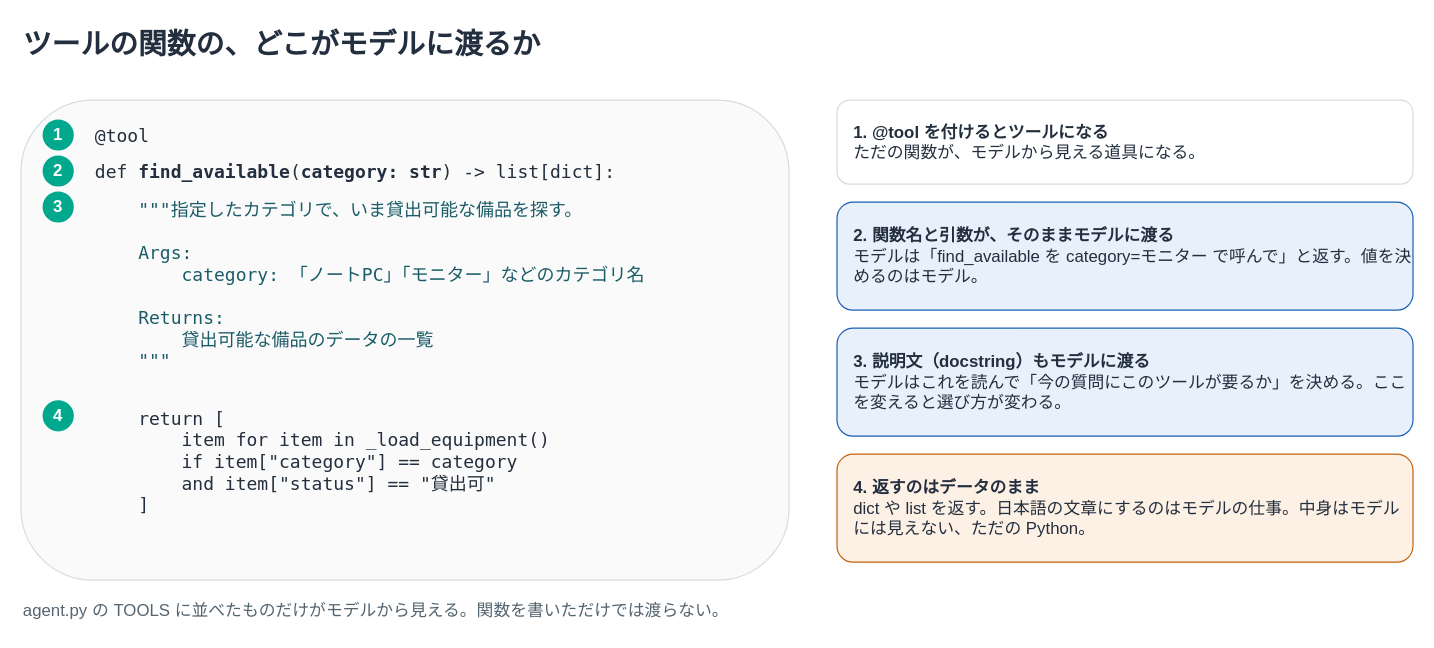
umitsu-tech/agentcore-handson-env keeps this draw.io diagram as docs/images/tool-anatomy.drawio. Above is the earlier version. Source tidied: cells renumbered, new cells numbered last; positions are measured from the earlier drawing's top-left corner, leaving out a move shared by most shapes. Both pictures are drawn from the tidied source at 120%, with x=0, y=0 at pixel (20, 20).
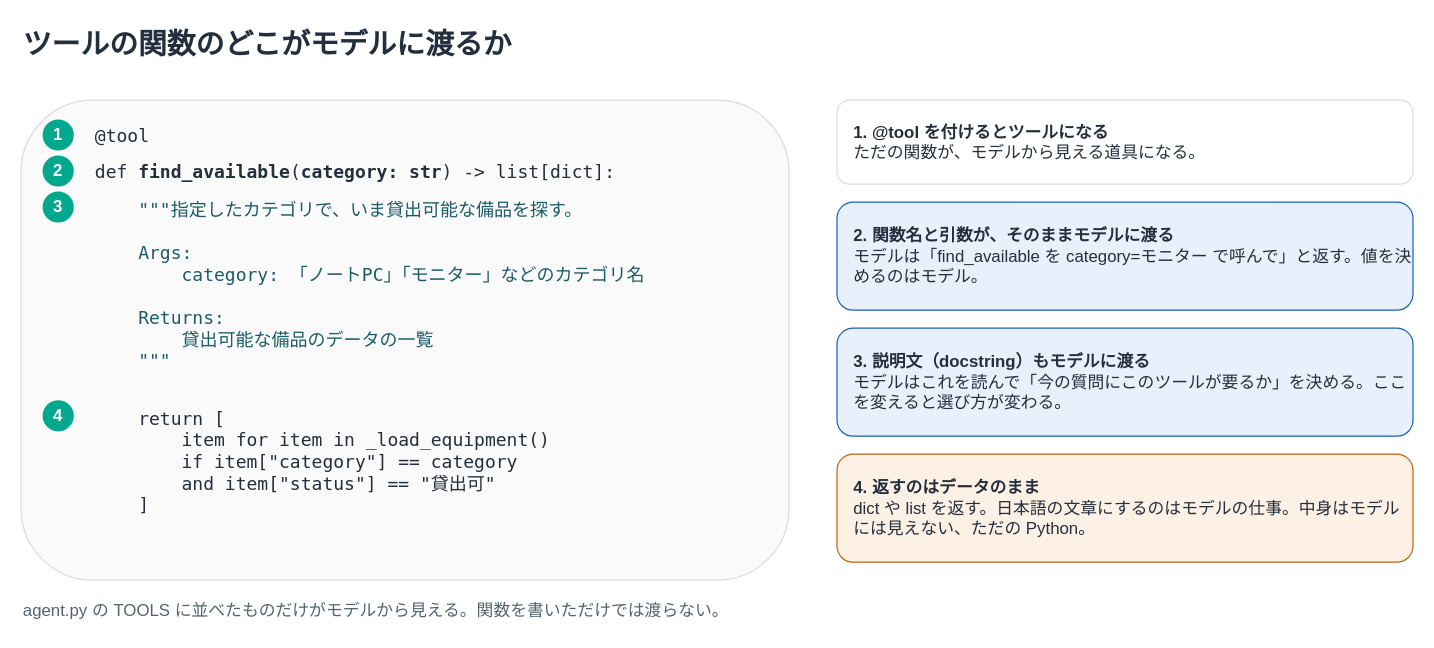
Above is the later version.

Diff of the diagram source:
```diff
@@
 <mxGraphModel>
   <root>
     <mxCell id="0" />
     <mxCell id="1" parent="0" />
-    <mxCell id="2" value="ツールの関数の、どこがモデルに渡るか" style="text;html=1;strokeColor=none;fillColor=none;align=left;verticalAlign=middle;whiteSpace=wrap;fontSize=24;fontStyle=1;fontColor=#232F3E;" parent="1" vertex="1">
+    <mxCell id="2" value="ツールの関数のどこがモデルに渡るか" style="text;html=1;strokeColor=none;fillColor=none;align=left;verticalAlign=middle;whiteSpace=wrap;fontSize=24;fontStyle=1;fontColor=#232F3E;" parent="1" vertex="1">
       <mxGeometry width="800" height="40" as="geometry" />
     </mxCell>
     <mxCell id="3" style="rounded=1;whiteSpace=wrap;html=1;strokeColor=#D5DDE2;fillColor=#FAFAFA;" parent="1" vertex="1">
       <mxGeometry y="66" width="640" height="400" as="geometry" />
     </mxCell>
     <mxCell id="4" value="@tool" style="text;html=1;strokeColor=none;fillColor=none;align=left;verticalAlign=middle;fontSize=15;fontFamily=Menlo;fontColor=#232F3E;" parent="1" vertex="1">
       <mxGeometry x="60" y="82" width="560" height="26" as="geometry" />
     </mxCell>
     <mxCell id="5" value="def &lt;b&gt;find_available&lt;/b&gt;(&lt;b&gt;category: str&lt;/b&gt;) -&amp;gt; list[dict]:" style="text;html=1;strokeColor=none;fillColor=none;align=left;verticalAlign=middle;fontSize=15;fontFamily=Menlo;fontColor=#232F3E;" parent="1" vertex="1">
       <mxGeometry x="60" y="112" width="560" height="26" as="geometry" />
     </mxCell>
     <mxCell id="6" value="&amp;nbsp;&amp;nbsp;&amp;nbsp;&amp;nbsp;&quot;&quot;&quot;指定したカテゴリで、いま貸出可能な備品を探す。&lt;br&gt;&lt;br&gt;&amp;nbsp;&amp;nbsp;&amp;nbsp;&amp;nbsp;Args:&lt;br&gt;&amp;nbsp;&amp;nbsp;&amp;nbsp;&amp;nbsp;&amp;nbsp;&amp;nbsp;&amp;nbsp;&amp;nbsp;category: 「ノートPC」「モニター」などのカテゴリ名&lt;br&gt;&lt;br&gt;&amp;nbsp;&amp;nbsp;&amp;nbsp;&amp;nbsp;Returns:&lt;br&gt;&amp;nbsp;&amp;nbsp;&amp;nbsp;&amp;nbsp;&amp;nbsp;&amp;nbsp;&amp;nbsp;&amp;nbsp;貸出可能な備品のデータの一覧&lt;br&gt;&amp;nbsp;&amp;nbsp;&amp;nbsp;&amp;nbsp;&quot;&quot;&quot;" style="text;html=1;strokeColor=none;fillColor=none;align=left;verticalAlign=top;fontSize=15;fontFamily=Menlo;fontColor=#1B5C68;" parent="1" vertex="1">
       <mxGeometry x="60" y="142" width="560" height="200" as="geometry" />
     </mxCell>
     <mxCell id="7" value="&amp;nbsp;&amp;nbsp;&amp;nbsp;&amp;nbsp;return [&lt;br&gt;&amp;nbsp;&amp;nbsp;&amp;nbsp;&amp;nbsp;&amp;nbsp;&amp;nbsp;&amp;nbsp;&amp;nbsp;item for item in _load_equipment()&lt;br&gt;&amp;nbsp;&amp;nbsp;&amp;nbsp;&amp;nbsp;&amp;nbsp;&amp;nbsp;&amp;nbsp;&amp;nbsp;if item[&quot;category&quot;] == category&lt;br&gt;&amp;nbsp;&amp;nbsp;&amp;nbsp;&amp;nbsp;&amp;nbsp;&amp;nbsp;&amp;nbsp;&amp;nbsp;and item[&quot;status&quot;] == &quot;貸出可&quot;&lt;br&gt;&amp;nbsp;&amp;nbsp;&amp;nbsp;&amp;nbsp;]" style="text;html=1;strokeColor=none;fillColor=none;align=left;verticalAlign=top;fontSize=15;fontFamily=Menlo;fontColor=#232F3E;" parent="1" vertex="1">
       <mxGeometry x="60" y="316" width="560" height="130" as="geometry" />
     </mxCell>
     <mxCell id="8" value="1" style="ellipse;whiteSpace=wrap;html=1;strokeColor=none;fillColor=#01A88D;fontSize=14;fontStyle=1;fontColor=#FFFFFF;" parent="1" vertex="1">
       <mxGeometry x="18" y="82" width="26" height="26" as="geometry" />
     </mxCell>
     <mxCell id="9" value="2" style="ellipse;whiteSpace=wrap;html=1;strokeColor=none;fillColor=#01A88D;fontSize=14;fontStyle=1;fontColor=#FFFFFF;" parent="1" vertex="1">
       <mxGeometry x="18" y="112" width="26" height="26" as="geometry" />
     </mxCell>
     <mxCell id="10" value="3" style="ellipse;whiteSpace=wrap;html=1;strokeColor=none;fillColor=#01A88D;fontSize=14;fontStyle=1;fontColor=#FFFFFF;" parent="1" vertex="1">
       <mxGeometry x="18" y="142" width="26" height="26" as="geometry" />
     </mxCell>
     <mxCell id="11" value="4" style="ellipse;whiteSpace=wrap;html=1;strokeColor=none;fillColor=#01A88D;fontSize=14;fontStyle=1;fontColor=#FFFFFF;" parent="1" vertex="1">
       <mxGeometry x="18" y="316" width="26" height="26" as="geometry" />
     </mxCell>
     <mxCell id="12" value="&lt;b&gt;1. @tool を付けるとツールになる&lt;/b&gt;&lt;br&gt;ただの関数が、モデルから見える道具になる。" style="rounded=1;whiteSpace=wrap;html=1;strokeColor=#D5DDE2;fillColor=#FFFFFF;fontSize=14;fontColor=#232F3E;align=left;spacingLeft=12;" parent="1" vertex="1">
       <mxGeometry x="680" y="66" width="480" height="70" as="geometry" />
     </mxCell>
     <mxCell id="13" value="&lt;b&gt;2. 関数名と引数が、そのままモデルに渡る&lt;/b&gt;&lt;br&gt;モデルは「find_available を category=モニター で呼んで」と返す。値を決めるのはモデル。" style="rounded=1;whiteSpace=wrap;html=1;strokeColor=#1A5FB4;fillColor=#E8F0FB;fontSize=14;fontColor=#232F3E;align=left;spacingLeft=12;" parent="1" vertex="1">
       <mxGeometry x="680" y="151" width="480" height="90" as="geometry" />
     </mxCell>
     <mxCell id="14" value="&lt;b&gt;3. 説明文（docstring）もモデルに渡る&lt;/b&gt;&lt;br&gt;モデルはこれを読んで「今の質問にこのツールが要るか」を決める。ここを変えると選び方が変わる。" style="rounded=1;whiteSpace=wrap;html=1;strokeColor=#1A5FB4;fillColor=#E8F0FB;fontSize=14;fontColor=#232F3E;align=left;spacingLeft=12;" parent="1" vertex="1">
       <mxGeometry x="680" y="256" width="480" height="90" as="geometry" />
     </mxCell>
     <mxCell id="15" value="&lt;b&gt;4. 返すのはデータのまま&lt;/b&gt;&lt;br&gt;dict や list を返す。日本語の文章にするのはモデルの仕事。中身はモデルには見えない、ただの Python。" style="rounded=1;whiteSpace=wrap;html=1;strokeColor=#C2620F;fillColor=#FDF1E5;fontSize=14;fontColor=#232F3E;align=left;spacingLeft=12;" parent="1" vertex="1">
       <mxGeometry x="680" y="361" width="480" height="90" as="geometry" />
     </mxCell>
     <mxCell id="16" value="agent.py の TOOLS に並べたものだけがモデルから見える。関数を書いただけでは渡らない。" style="text;html=1;strokeColor=none;fillColor=none;align=left;verticalAlign=middle;whiteSpace=wrap;fontSize=14;fontColor=#54646F;" parent="1" vertex="1">
       <mxGeometry y="476" width="900" height="30" as="geometry" />
     </mxCell>
   </root>
 </mxGraphModel>
```
